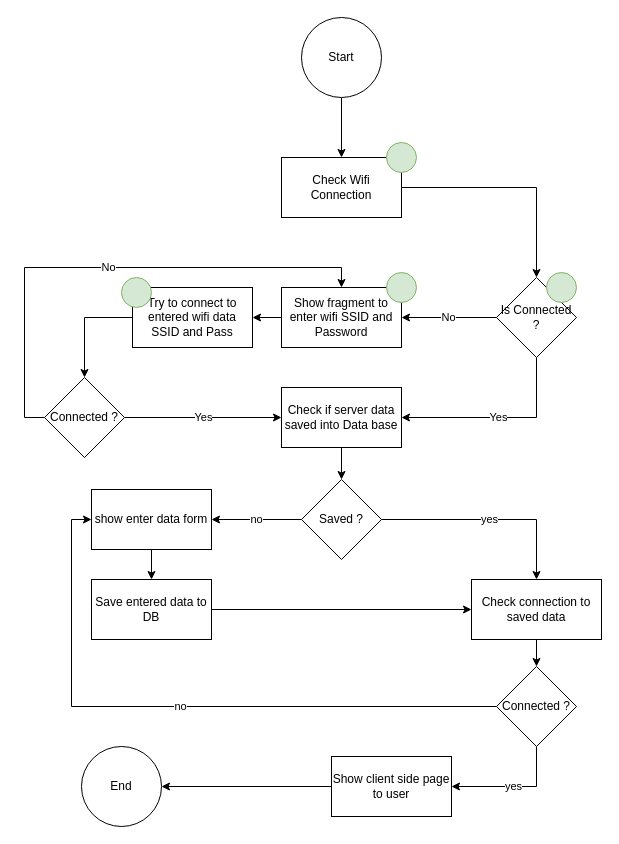
ahmadtechnik/signatureSystem keeps this draw.io diagram as page "Android app for Tablet" (6 of 6) of UML Design/main.drawio. Above is the earlier version. Source tidied: cells renumbered, new cells numbered last; positions are measured from the earlier drawing's top-left corner, leaving out a move shared by most shapes. Both pictures are drawn from the tidied source at 100%, with x=0, y=0 at pixel (44, 17).
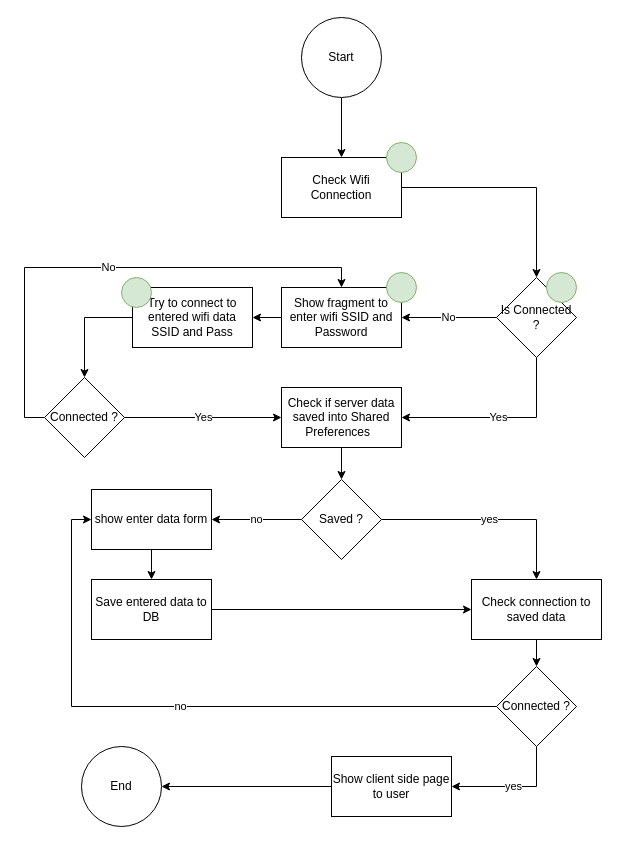
After the change.

Commit message:
XML file chenged....

The edit, as a diff of the source:
```diff
@@
-    <mxCell id="5" value="Check if server data saved into Data base" style="rounded=0;whiteSpace=wrap;html=1;" parent="1" vertex="1">
+    <mxCell id="5" value="Check if server data saved into Shared Preferences&amp;nbsp;&amp;nbsp;" style="rounded=0;whiteSpace=wrap;html=1;" parent="1" vertex="1">
       <mxGeometry x="237" y="370" width="120" height="60" as="geometry" />
     </mxCell>
```
